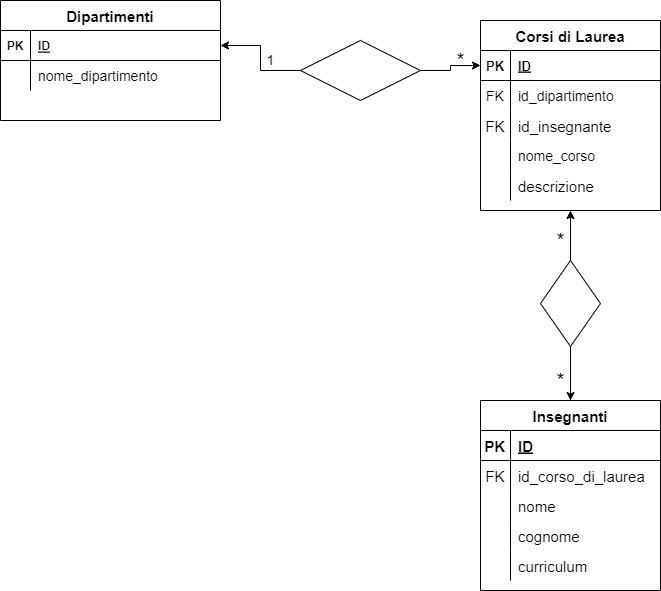
Above: db-university.png in serborbone/db-university (draw.io), before the change. Source tidied: cells renumbered, new cells last; positions are measured from the earlier drawing's top-left corner, leaving out a move shared by most shapes. Source of this version:
```xml
<mxGraphModel>
  <root>
    <mxCell id="0" />
    <mxCell id="1" parent="0" />
    <mxCell id="2" value="Dipartimenti" style="shape=table;startSize=30;rowLines=0;fontStyle=1;align=center;fontSize=15;" parent="1" vertex="1">
      <mxGeometry width="220" height="120" as="geometry" />
    </mxCell>
    <mxCell id="3" style="shape=tableRow;horizontal=0;startSize=0;swimlaneHead=0;swimlaneBody=0;fillColor=none;points=[[0,0.5],[1,0.5]];portConstraint=eastwest;top=0;left=0;right=0;bottom=1;" parent="2" vertex="1">
      <mxGeometry y="30" width="220" height="30" as="geometry" />
    </mxCell>
    <mxCell id="4" value="PK" style="shape=partialRectangle;fillColor=none;top=0;left=0;bottom=0;right=0;fontStyle=1;overflow=hidden;" parent="3" vertex="1">
      <mxGeometry width="30" height="30" as="geometry" />
    </mxCell>
    <mxCell id="5" value="ID" style="shape=partialRectangle;fillColor=none;top=0;left=0;bottom=0;right=0;align=left;spacingLeft=6;fontStyle=5;overflow=hidden;" parent="3" vertex="1">
      <mxGeometry x="30" width="190" height="30" as="geometry" />
    </mxCell>
    <mxCell id="6" style="shape=tableRow;horizontal=0;startSize=0;swimlaneHead=0;swimlaneBody=0;fillColor=none;top=0;left=0;right=0;bottom=0;" parent="2" vertex="1">
      <mxGeometry y="60" width="220" height="30" as="geometry" />
    </mxCell>
    <mxCell id="7" style="shape=partialRectangle;fillColor=none;top=0;left=0;bottom=0;right=0;overflow=hidden;" parent="6" vertex="1">
      <mxGeometry width="30" height="30" as="geometry" />
    </mxCell>
    <mxCell id="8" value="nome_dipartimento" style="shape=partialRectangle;fillColor=none;top=0;left=0;bottom=0;right=0;align=left;spacingLeft=6;overflow=hidden;fontSize=14;" parent="6" vertex="1">
      <mxGeometry x="30" width="190" height="30" as="geometry" />
    </mxCell>
    <mxCell id="9" value="Corsi di Laurea" style="shape=table;startSize=30;rowLines=0;fontStyle=1;align=center;fontSize=15;" parent="1" vertex="1">
      <mxGeometry x="480" y="20" width="180" height="190" as="geometry" />
    </mxCell>
    <mxCell id="10" style="shape=tableRow;horizontal=0;startSize=0;swimlaneHead=0;swimlaneBody=0;fillColor=none;points=[[0,0.5],[1,0.5]];portConstraint=eastwest;top=0;left=0;right=0;bottom=1;fontSize=13;" parent="9" vertex="1">
      <mxGeometry y="30" width="180" height="30" as="geometry" />
    </mxCell>
    <mxCell id="11" value="PK" style="shape=partialRectangle;fillColor=none;top=0;left=0;bottom=0;right=0;fontStyle=1;overflow=hidden;fontSize=13;" parent="10" vertex="1">
      <mxGeometry width="30" height="30" as="geometry" />
    </mxCell>
    <mxCell id="12" value="ID" style="shape=partialRectangle;fillColor=none;top=0;left=0;bottom=0;right=0;align=left;spacingLeft=6;fontStyle=5;overflow=hidden;fontSize=13;" parent="10" vertex="1">
      <mxGeometry x="30" width="150" height="30" as="geometry" />
    </mxCell>
    <mxCell id="13" style="shape=tableRow;horizontal=0;startSize=0;swimlaneHead=0;swimlaneBody=0;fillColor=none;top=0;left=0;right=0;bottom=0;fontSize=14;" parent="9" vertex="1">
      <mxGeometry y="60" width="180" height="30" as="geometry" />
    </mxCell>
    <mxCell id="14" value="FK" style="shape=partialRectangle;fillColor=none;top=0;left=0;bottom=0;right=0;overflow=hidden;fontSize=14;" parent="13" vertex="1">
      <mxGeometry width="30" height="30" as="geometry" />
    </mxCell>
    <mxCell id="15" value="id_dipartimento" style="shape=partialRectangle;fillColor=none;top=0;left=0;bottom=0;right=0;align=left;spacingLeft=6;overflow=hidden;fontSize=14;" parent="13" vertex="1">
      <mxGeometry x="30" width="150" height="30" as="geometry" />
    </mxCell>
    <mxCell id="16" style="shape=tableRow;horizontal=0;startSize=0;swimlaneHead=0;swimlaneBody=0;fillColor=none;top=0;left=0;right=0;bottom=0;fontSize=15;" parent="9" vertex="1">
      <mxGeometry y="90" width="180" height="30" as="geometry" />
    </mxCell>
    <mxCell id="17" value="FK" style="shape=partialRectangle;fillColor=none;top=0;left=0;bottom=0;right=0;overflow=hidden;fontSize=15;" parent="16" vertex="1">
      <mxGeometry width="30" height="30" as="geometry" />
    </mxCell>
    <mxCell id="18" value="id_insegnante" style="shape=partialRectangle;fillColor=none;top=0;left=0;bottom=0;right=0;align=left;spacingLeft=6;overflow=hidden;fontSize=15;" parent="16" vertex="1">
      <mxGeometry x="30" width="150" height="30" as="geometry" />
    </mxCell>
    <mxCell id="19" style="shape=tableRow;horizontal=0;startSize=0;swimlaneHead=0;swimlaneBody=0;fillColor=none;top=0;left=0;right=0;bottom=0;fontSize=13;" parent="9" vertex="1">
      <mxGeometry y="120" width="180" height="30" as="geometry" />
    </mxCell>
    <mxCell id="20" style="shape=partialRectangle;fillColor=none;top=0;left=0;bottom=0;right=0;overflow=hidden;fontSize=13;" parent="19" vertex="1">
      <mxGeometry width="30" height="30" as="geometry" />
    </mxCell>
    <mxCell id="21" value="nome_corso" style="shape=partialRectangle;fillColor=none;top=0;left=0;bottom=0;right=0;align=left;spacingLeft=6;overflow=hidden;fontSize=14;" parent="19" vertex="1">
      <mxGeometry x="30" width="150" height="30" as="geometry" />
    </mxCell>
    <mxCell id="22" style="shape=tableRow;horizontal=0;startSize=0;swimlaneHead=0;swimlaneBody=0;fillColor=none;top=0;left=0;right=0;bottom=0;fontSize=15;" parent="9" vertex="1">
      <mxGeometry y="150" width="180" height="30" as="geometry" />
    </mxCell>
    <mxCell id="23" style="shape=partialRectangle;fillColor=none;top=0;left=0;bottom=0;right=0;overflow=hidden;fontSize=15;" parent="22" vertex="1">
      <mxGeometry width="30" height="30" as="geometry" />
    </mxCell>
    <mxCell id="24" value="descrizione" style="shape=partialRectangle;fillColor=none;top=0;left=0;bottom=0;right=0;align=left;spacingLeft=6;overflow=hidden;fontSize=15;" parent="22" vertex="1">
      <mxGeometry x="30" width="150" height="30" as="geometry" />
    </mxCell>
    <mxCell id="25" style="edgeStyle=orthogonalEdgeStyle;rounded=0;jettySize=auto;html=1;exitX=0;exitY=0.5;exitDx=0;exitDy=0;entryX=1;entryY=0.5;entryDx=0;entryDy=0;fontSize=14;" parent="1" edge="1" source="27" target="3">
      <mxGeometry relative="1" as="geometry" />
    </mxCell>
    <mxCell id="26" style="edgeStyle=orthogonalEdgeStyle;rounded=0;jettySize=auto;html=1;exitX=1;exitY=0.5;exitDx=0;exitDy=0;entryX=0;entryY=0.5;entryDx=0;entryDy=0;fontSize=14;" parent="1" edge="1" source="27" target="10">
      <mxGeometry relative="1" as="geometry" />
    </mxCell>
    <mxCell id="27" style="shape=rhombus;perimeter=rhombusPerimeter;whiteSpace=wrap;html=1;align=center;fontSize=14;" parent="1" vertex="1">
      <mxGeometry x="300" y="40" width="120" height="60" as="geometry" />
    </mxCell>
    <mxCell id="28" value="1" style="text;html=1;align=center;verticalAlign=middle;strokeColor=none;fillColor=none;fontSize=14;" parent="1" vertex="1">
      <mxGeometry x="260" y="50" width="20" height="20" as="geometry" />
    </mxCell>
    <mxCell id="29" value="&lt;font style=&quot;font-size: 21px;&quot;&gt;*&lt;/font&gt;" style="text;html=1;align=center;verticalAlign=middle;strokeColor=none;fillColor=none;fontSize=21;" parent="1" vertex="1">
      <mxGeometry x="450" y="45" width="20" height="30" as="geometry" />
    </mxCell>
    <mxCell id="30" style="edgeStyle=orthogonalEdgeStyle;rounded=0;jettySize=auto;html=1;exitX=0.5;exitY=0;exitDx=0;exitDy=0;entryX=0.5;entryY=1;entryDx=0;entryDy=0;fontSize=15;" parent="1" edge="1" source="31" target="9">
      <mxGeometry relative="1" as="geometry" />
    </mxCell>
    <mxCell id="31" value="Insegnanti" style="shape=table;startSize=30;rowLines=0;fontStyle=1;align=center;fontSize=15;" parent="1" vertex="1">
      <mxGeometry x="480" y="400" width="180" height="190" as="geometry" />
    </mxCell>
    <mxCell id="32" style="shape=tableRow;horizontal=0;startSize=0;swimlaneHead=0;swimlaneBody=0;fillColor=none;top=0;left=0;right=0;bottom=1;fontSize=15;" parent="31" vertex="1">
      <mxGeometry y="30" width="180" height="30" as="geometry" />
    </mxCell>
    <mxCell id="33" value="PK" style="shape=partialRectangle;fillColor=none;top=0;left=0;bottom=0;right=0;fontStyle=1;overflow=hidden;fontSize=15;" parent="32" vertex="1">
      <mxGeometry width="30" height="30" as="geometry" />
    </mxCell>
    <mxCell id="34" value="ID" style="shape=partialRectangle;fillColor=none;top=0;left=0;bottom=0;right=0;align=left;spacingLeft=6;fontStyle=5;overflow=hidden;fontSize=15;" parent="32" vertex="1">
      <mxGeometry x="30" width="150" height="30" as="geometry" />
    </mxCell>
    <mxCell id="35" style="shape=tableRow;horizontal=0;startSize=0;swimlaneHead=0;swimlaneBody=0;fillColor=none;top=0;left=0;right=0;bottom=0;fontSize=15;" parent="31" vertex="1">
      <mxGeometry y="60" width="180" height="30" as="geometry" />
    </mxCell>
    <mxCell id="36" value="FK" style="shape=partialRectangle;fillColor=none;top=0;left=0;bottom=0;right=0;overflow=hidden;fontSize=15;" parent="35" vertex="1">
      <mxGeometry width="30" height="30" as="geometry" />
    </mxCell>
    <mxCell id="37" value="id_corso_di_laurea" style="shape=partialRectangle;fillColor=none;top=0;left=0;bottom=0;right=0;align=left;spacingLeft=6;overflow=hidden;fontSize=15;" parent="35" vertex="1">
      <mxGeometry x="30" width="150" height="30" as="geometry" />
    </mxCell>
    <mxCell id="38" style="shape=tableRow;horizontal=0;startSize=0;swimlaneHead=0;swimlaneBody=0;fillColor=none;top=0;left=0;right=0;bottom=0;fontSize=15;" parent="31" vertex="1">
      <mxGeometry y="90" width="180" height="30" as="geometry" />
    </mxCell>
    <mxCell id="39" style="shape=partialRectangle;fillColor=none;top=0;left=0;bottom=0;right=0;overflow=hidden;fontSize=15;" parent="38" vertex="1">
      <mxGeometry width="30" height="30" as="geometry" />
    </mxCell>
    <mxCell id="40" value="nome" style="shape=partialRectangle;fillColor=none;top=0;left=0;bottom=0;right=0;align=left;spacingLeft=6;overflow=hidden;fontSize=15;" parent="38" vertex="1">
      <mxGeometry x="30" width="150" height="30" as="geometry" />
    </mxCell>
    <mxCell id="41" style="shape=tableRow;horizontal=0;startSize=0;swimlaneHead=0;swimlaneBody=0;fillColor=none;top=0;left=0;right=0;bottom=0;fontSize=15;" parent="31" vertex="1">
      <mxGeometry y="120" width="180" height="30" as="geometry" />
    </mxCell>
    <mxCell id="42" style="shape=partialRectangle;fillColor=none;top=0;left=0;bottom=0;right=0;overflow=hidden;fontSize=15;" parent="41" vertex="1">
      <mxGeometry width="30" height="30" as="geometry" />
    </mxCell>
    <mxCell id="43" value="cognome" style="shape=partialRectangle;fillColor=none;top=0;left=0;bottom=0;right=0;align=left;spacingLeft=6;overflow=hidden;fontSize=15;" parent="41" vertex="1">
      <mxGeometry x="30" width="150" height="30" as="geometry" />
    </mxCell>
    <mxCell id="44" style="shape=tableRow;horizontal=0;startSize=0;swimlaneHead=0;swimlaneBody=0;fillColor=none;top=0;left=0;right=0;bottom=0;fontSize=15;" parent="31" vertex="1">
      <mxGeometry y="150" width="180" height="30" as="geometry" />
    </mxCell>
    <mxCell id="45" style="shape=partialRectangle;fillColor=none;top=0;left=0;bottom=0;right=0;overflow=hidden;fontSize=15;" parent="44" vertex="1">
      <mxGeometry width="30" height="30" as="geometry" />
    </mxCell>
    <mxCell id="46" value="curriculum" style="shape=partialRectangle;fillColor=none;top=0;left=0;bottom=0;right=0;align=left;spacingLeft=6;overflow=hidden;fontSize=15;" parent="44" vertex="1">
      <mxGeometry x="30" width="150" height="30" as="geometry" />
    </mxCell>
    <mxCell id="47" style="edgeStyle=orthogonalEdgeStyle;rounded=0;jettySize=auto;html=1;exitX=1;exitY=0.5;exitDx=0;exitDy=0;entryX=0.5;entryY=0;entryDx=0;entryDy=0;fontSize=15;" parent="1" edge="1" source="48" target="31">
      <mxGeometry relative="1" as="geometry" />
    </mxCell>
    <mxCell id="48" style="shape=rhombus;perimeter=rhombusPerimeter;whiteSpace=wrap;html=1;align=center;fontSize=15;direction=south;" parent="1" vertex="1">
      <mxGeometry x="540" y="260" width="60" height="86" as="geometry" />
    </mxCell>
    <mxCell id="49" value="*" style="text;html=1;align=center;verticalAlign=middle;strokeColor=none;fillColor=none;fontSize=21;" parent="1" vertex="1">
      <mxGeometry x="550" y="225" width="20" height="30" as="geometry" />
    </mxCell>
    <mxCell id="50" value="&lt;font style=&quot;font-size: 21px&quot;&gt;*&lt;/font&gt;" style="text;html=1;align=center;verticalAlign=middle;strokeColor=none;fillColor=none;fontSize=15;" parent="1" vertex="1">
      <mxGeometry x="550" y="365" width="20" height="30" as="geometry" />
    </mxCell>
  </root>
</mxGraphModel>
```
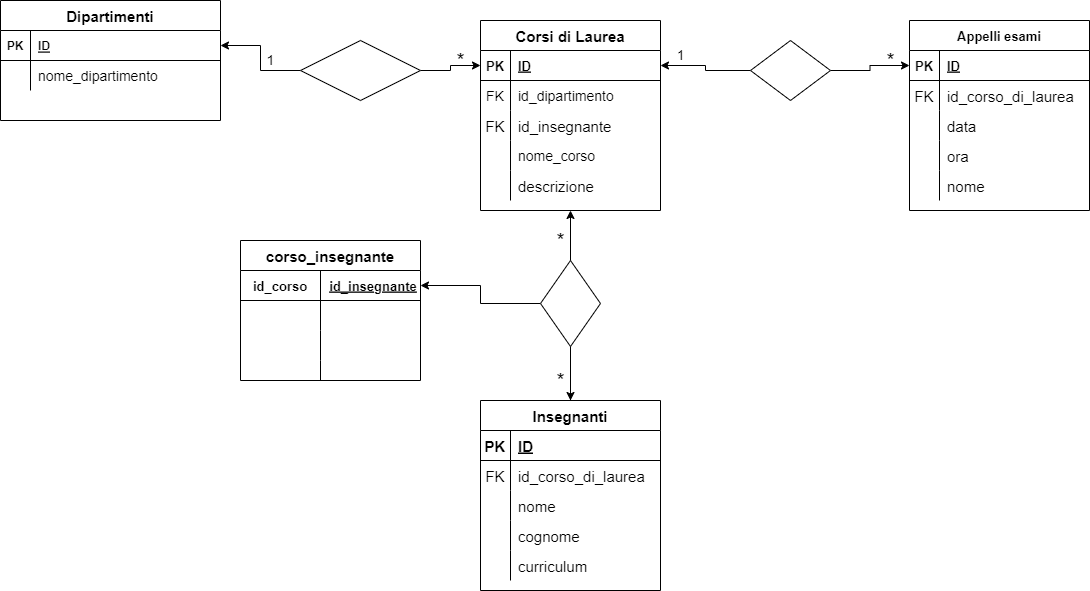
The same diagram one commit later.

Diff of the diagram source:
```diff
@@ -140,6 +140,9 @@
     <mxCell id="47" style="edgeStyle=orthogonalEdgeStyle;rounded=0;jettySize=auto;html=1;exitX=1;exitY=0.5;exitDx=0;exitDy=0;entryX=0.5;entryY=0;entryDx=0;entryDy=0;fontSize=15;" parent="1" edge="1" source="48" target="31">
       <mxGeometry relative="1" as="geometry" />
     </mxCell>
+    <mxCell id="51" style="edgeStyle=orthogonalEdgeStyle;rounded=0;jettySize=auto;html=1;exitX=0.5;exitY=1;exitDx=0;exitDy=0;entryX=1;entryY=0.5;entryDx=0;entryDy=0;fontSize=13;" parent="1" edge="1" source="48" target="53">
+      <mxGeometry relative="1" as="geometry" />
+    </mxCell>
     <mxCell id="48" style="shape=rhombus;perimeter=rhombusPerimeter;whiteSpace=wrap;html=1;align=center;fontSize=15;direction=south;" parent="1" vertex="1">
       <mxGeometry x="540" y="260" width="60" height="86" as="geometry" />
     </mxCell>
@@ -149,5 +152,107 @@
     <mxCell id="50" value="&lt;font style=&quot;font-size: 21px&quot;&gt;*&lt;/font&gt;" style="text;html=1;align=center;verticalAlign=middle;strokeColor=none;fillColor=none;fontSize=15;" parent="1" vertex="1">
       <mxGeometry x="550" y="365" width="20" height="30" as="geometry" />
     </mxCell>
+    <mxCell id="52" value="corso_insegnante" style="shape=table;startSize=30;rowLines=0;fontStyle=1;align=center;fontSize=15;" parent="1" vertex="1">
+      <mxGeometry x="240" y="240" width="180" height="140" as="geometry" />
+    </mxCell>
+    <mxCell id="53" style="shape=tableRow;horizontal=0;startSize=0;swimlaneHead=0;swimlaneBody=0;fillColor=none;points=[[0,0.5],[1,0.5]];portConstraint=eastwest;top=0;left=0;right=0;bottom=1;fontSize=21;" parent="52" vertex="1">
+      <mxGeometry y="30" width="180" height="30" as="geometry" />
+    </mxCell>
+    <mxCell id="54" value="id_corso" style="shape=partialRectangle;fillColor=none;top=0;left=0;bottom=0;right=0;fontStyle=1;overflow=hidden;fontSize=13;" parent="53" vertex="1">
+      <mxGeometry width="80" height="30" as="geometry" />
+    </mxCell>
+    <mxCell id="55" value="id_insegnante" style="shape=partialRectangle;fillColor=none;top=0;left=0;bottom=0;right=0;align=center;spacingLeft=6;fontStyle=5;overflow=hidden;fontSize=13;flipV=0;" parent="53" vertex="1">
+      <mxGeometry x="80" width="100" height="30" as="geometry" />
+    </mxCell>
+    <mxCell id="56" style="shape=tableRow;horizontal=0;startSize=0;swimlaneHead=0;swimlaneBody=0;fillColor=none;top=0;left=0;right=0;bottom=0;fontSize=21;" parent="52" vertex="1">
+      <mxGeometry y="60" width="180" height="30" as="geometry" />
+    </mxCell>
+    <mxCell id="57" style="shape=partialRectangle;fillColor=none;top=0;left=0;bottom=0;right=0;overflow=hidden;fontSize=21;" parent="56" vertex="1">
+      <mxGeometry width="80" height="30" as="geometry" />
+    </mxCell>
+    <mxCell id="58" style="shape=partialRectangle;fillColor=none;top=0;left=0;bottom=0;right=0;align=left;spacingLeft=6;overflow=hidden;fontSize=21;" parent="56" vertex="1">
+      <mxGeometry x="80" width="100" height="30" as="geometry" />
+    </mxCell>
+    <mxCell id="59" style="shape=tableRow;horizontal=0;startSize=0;swimlaneHead=0;swimlaneBody=0;fillColor=none;top=0;left=0;right=0;bottom=0;fontSize=21;" parent="52" vertex="1">
+      <mxGeometry y="90" width="180" height="30" as="geometry" />
+    </mxCell>
+    <mxCell id="60" style="shape=partialRectangle;fillColor=none;top=0;left=0;bottom=0;right=0;overflow=hidden;fontSize=21;" parent="59" vertex="1">
+      <mxGeometry width="80" height="30" as="geometry" />
+    </mxCell>
+    <mxCell id="61" style="shape=partialRectangle;fillColor=none;top=0;left=0;bottom=0;right=0;align=left;spacingLeft=6;overflow=hidden;fontSize=21;" parent="59" vertex="1">
+      <mxGeometry x="80" width="100" height="30" as="geometry" />
+    </mxCell>
+    <mxCell id="62" style="shape=tableRow;horizontal=0;startSize=0;swimlaneHead=0;swimlaneBody=0;fillColor=none;top=0;left=0;right=0;bottom=0;fontSize=21;" parent="52" vertex="1">
+      <mxGeometry y="120" width="180" height="20" as="geometry" />
+    </mxCell>
+    <mxCell id="63" style="shape=partialRectangle;fillColor=none;top=0;left=0;bottom=0;right=0;overflow=hidden;fontSize=21;" parent="62" vertex="1">
+      <mxGeometry width="80" height="20" as="geometry" />
+    </mxCell>
+    <mxCell id="64" style="shape=partialRectangle;fillColor=none;top=0;left=0;bottom=0;right=0;align=left;spacingLeft=6;overflow=hidden;fontSize=21;" parent="62" vertex="1">
+      <mxGeometry x="80" width="100" height="20" as="geometry" />
+    </mxCell>
+    <mxCell id="65" value="Appelli esami" style="shape=table;startSize=30;rowLines=0;fontStyle=1;align=center;fontSize=13;html=0;" parent="1" vertex="1">
+      <mxGeometry x="909" y="20" width="180" height="190" as="geometry" />
+    </mxCell>
+    <mxCell id="66" style="shape=tableRow;horizontal=0;startSize=0;swimlaneHead=0;swimlaneBody=0;fillColor=none;points=[[0,0.5],[1,0.5]];portConstraint=eastwest;top=0;left=0;right=0;bottom=1;fontSize=13;html=0;" parent="65" vertex="1">
+      <mxGeometry y="30" width="180" height="30" as="geometry" />
+    </mxCell>
+    <mxCell id="67" value="PK" style="shape=partialRectangle;fillColor=none;top=0;left=0;bottom=0;right=0;fontStyle=1;overflow=hidden;fontSize=13;html=0;" parent="66" vertex="1">
+      <mxGeometry width="30" height="30" as="geometry" />
+    </mxCell>
+    <mxCell id="68" value="ID" style="shape=partialRectangle;fillColor=none;top=0;left=0;bottom=0;right=0;align=left;spacingLeft=6;fontStyle=5;overflow=hidden;fontSize=13;html=0;" parent="66" vertex="1">
+      <mxGeometry x="30" width="150" height="30" as="geometry" />
+    </mxCell>
+    <mxCell id="69" style="shape=tableRow;horizontal=0;startSize=0;swimlaneHead=0;swimlaneBody=0;fillColor=none;top=0;left=0;right=0;bottom=0;fontSize=21;html=0;" parent="65" vertex="1">
+      <mxGeometry y="60" width="180" height="30" as="geometry" />
+    </mxCell>
+    <mxCell id="70" value="FK" style="shape=partialRectangle;fillColor=none;top=0;left=0;bottom=0;right=0;overflow=hidden;fontSize=15;html=0;" parent="69" vertex="1">
+      <mxGeometry width="30" height="30" as="geometry" />
+    </mxCell>
+    <mxCell id="71" value="id_corso_di_laurea" style="shape=partialRectangle;fillColor=none;top=0;left=0;bottom=0;right=0;align=left;spacingLeft=6;overflow=hidden;fontSize=15;html=0;" parent="69" vertex="1">
+      <mxGeometry x="30" width="150" height="30" as="geometry" />
+    </mxCell>
+    <mxCell id="72" style="shape=tableRow;horizontal=0;startSize=0;swimlaneHead=0;swimlaneBody=0;fillColor=none;top=0;left=0;right=0;bottom=0;fontSize=13;html=0;" parent="65" vertex="1">
+      <mxGeometry y="90" width="180" height="30" as="geometry" />
+    </mxCell>
+    <mxCell id="73" style="shape=partialRectangle;fillColor=none;top=0;left=0;bottom=0;right=0;overflow=hidden;fontSize=13;html=0;" parent="72" vertex="1">
+      <mxGeometry width="30" height="30" as="geometry" />
+    </mxCell>
+    <mxCell id="74" value="data" style="shape=partialRectangle;fillColor=none;top=0;left=0;bottom=0;right=0;align=left;spacingLeft=6;overflow=hidden;fontSize=15;html=0;" parent="72" vertex="1">
+      <mxGeometry x="30" width="150" height="30" as="geometry" />
+    </mxCell>
+    <mxCell id="75" style="shape=tableRow;horizontal=0;startSize=0;swimlaneHead=0;swimlaneBody=0;fillColor=none;top=0;left=0;right=0;bottom=0;fontSize=13;html=0;" parent="65" vertex="1">
+      <mxGeometry y="120" width="180" height="30" as="geometry" />
+    </mxCell>
+    <mxCell id="76" style="shape=partialRectangle;fillColor=none;top=0;left=0;bottom=0;right=0;overflow=hidden;fontSize=13;html=0;" parent="75" vertex="1">
+      <mxGeometry width="30" height="30" as="geometry" />
+    </mxCell>
+    <mxCell id="77" value="ora" style="shape=partialRectangle;fillColor=none;top=0;left=0;bottom=0;right=0;align=left;spacingLeft=6;overflow=hidden;fontSize=15;html=0;" parent="75" vertex="1">
+      <mxGeometry x="30" width="150" height="30" as="geometry" />
+    </mxCell>
+    <mxCell id="78" style="shape=tableRow;horizontal=0;startSize=0;swimlaneHead=0;swimlaneBody=0;fillColor=none;top=0;left=0;right=0;bottom=0;fontSize=13;html=0;" parent="65" vertex="1">
+      <mxGeometry y="150" width="180" height="30" as="geometry" />
+    </mxCell>
+    <mxCell id="79" style="shape=partialRectangle;fillColor=none;top=0;left=0;bottom=0;right=0;overflow=hidden;fontSize=13;html=0;" parent="78" vertex="1">
+      <mxGeometry width="30" height="30" as="geometry" />
+    </mxCell>
+    <mxCell id="80" value="nome" style="shape=partialRectangle;fillColor=none;top=0;left=0;bottom=0;right=0;align=left;spacingLeft=6;overflow=hidden;fontSize=15;html=0;" parent="78" vertex="1">
+      <mxGeometry x="30" width="150" height="30" as="geometry" />
+    </mxCell>
+    <mxCell id="81" style="edgeStyle=orthogonalEdgeStyle;rounded=0;jettySize=auto;html=1;fontSize=13;" parent="1" edge="1" source="83" target="66">
+      <mxGeometry relative="1" as="geometry" />
+    </mxCell>
+    <mxCell id="82" style="edgeStyle=orthogonalEdgeStyle;rounded=0;jettySize=auto;html=1;entryX=1;entryY=0.5;entryDx=0;entryDy=0;fontSize=13;" parent="1" edge="1" source="83" target="10">
+      <mxGeometry relative="1" as="geometry" />
+    </mxCell>
+    <mxCell id="83" style="shape=rhombus;perimeter=rhombusPerimeter;whiteSpace=wrap;html=1;align=center;fontSize=13;" parent="1" vertex="1">
+      <mxGeometry x="750" y="40" width="80" height="60" as="geometry" />
+    </mxCell>
+    <mxCell id="84" value="1" style="text;html=1;align=center;verticalAlign=middle;strokeColor=none;fillColor=none;fontSize=13;" parent="1" vertex="1">
+      <mxGeometry x="670" y="45" width="20" height="20" as="geometry" />
+    </mxCell>
+    <mxCell id="85" value="*" style="text;html=1;align=center;verticalAlign=middle;strokeColor=none;fillColor=none;fontSize=21;" parent="1" vertex="1">
+      <mxGeometry x="880" y="45" width="20" height="30" as="geometry" />
+    </mxCell>
   </root>
 </mxGraphModel>
```
